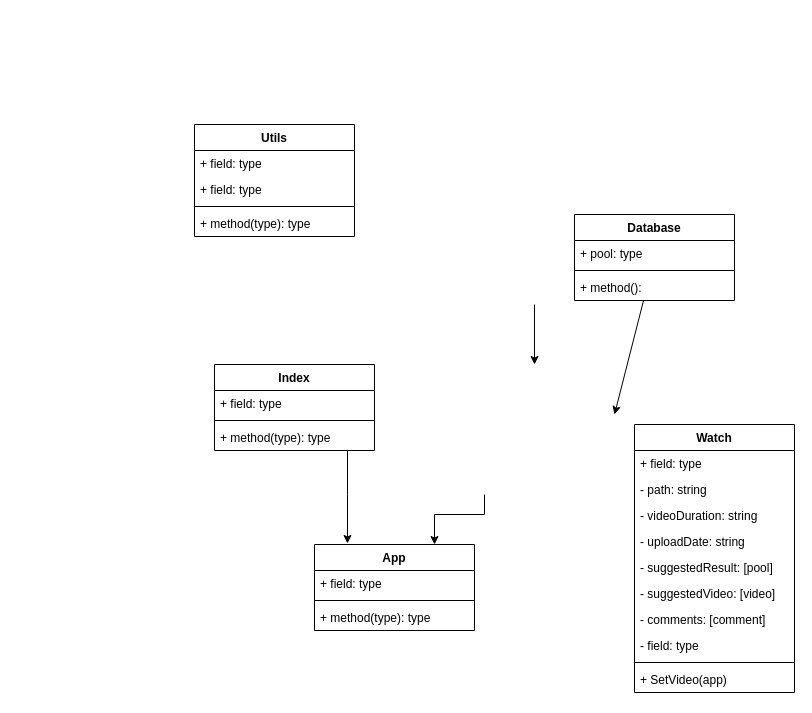
Before: page "диаграмма классов" (8 of 10) of documentation/cursach 2nd diagrams EIMP YT202.drawio in Axemer/VideoHostingDev, a draw.io diagram. Source tidied: cells renumbered, new cells numbered last; positions are measured from the earlier drawing's top-left corner, leaving out a move shared by most shapes. Both pictures are drawn from the tidied source at 100%, with x=0, y=0 at pixel (194, 124).
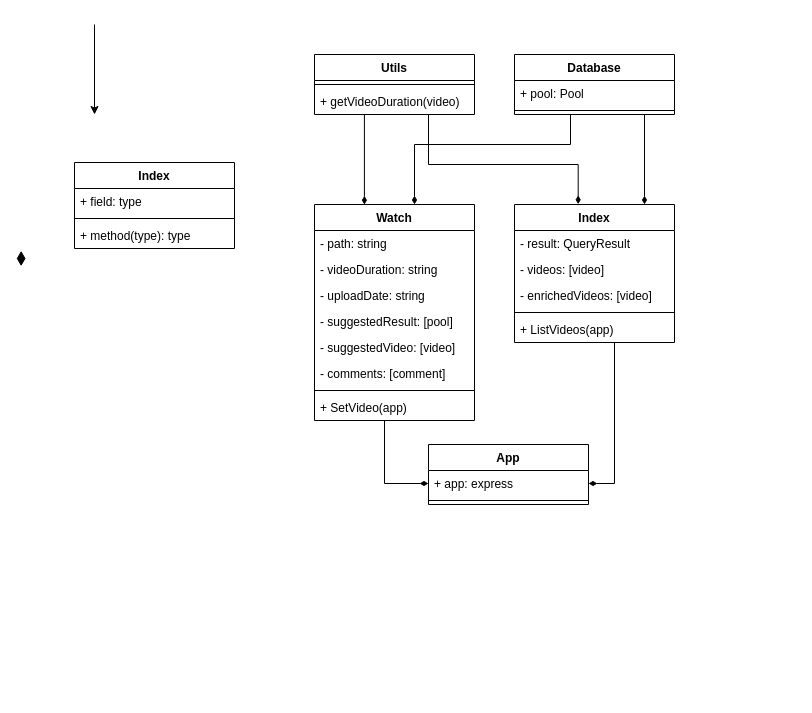
The same page after the edit.

Change to the diagram source:
```diff
@@
     <mxCell id="2" value="App" style="swimlane;fontStyle=1;align=center;verticalAlign=top;horizontal=1;startSize=26;whiteSpace=wrap;html=1;" parent="1" vertex="1">
-      <mxGeometry x="120" y="420" width="160" height="86" as="geometry" />
+      <mxGeometry x="234" y="320" width="160" height="60" as="geometry" />
     </mxCell>
-    <mxCell id="3" value="+ field: type" style="text;strokeColor=none;fillColor=none;align=left;verticalAlign=top;spacingLeft=4;spacingRight=4;overflow=hidden;points=[[0,0.5],[1,0.5]];portConstraint=eastwest;whiteSpace=wrap;html=1;" parent="2" vertex="1">
+    <mxCell id="3" value="+ app: express" style="text;strokeColor=none;fillColor=none;align=left;verticalAlign=top;spacingLeft=4;spacingRight=4;overflow=hidden;points=[[0,0.5],[1,0.5]];portConstraint=eastwest;whiteSpace=wrap;html=1;" parent="2" vertex="1">
       <mxGeometry y="26" width="160" height="26" as="geometry" />
     </mxCell>
@@
-    <mxCell id="5" value="+ method(type): type" style="text;strokeColor=none;fillColor=none;align=left;verticalAlign=top;spacingLeft=4;spacingRight=4;overflow=hidden;whiteSpace=wrap;html=1;" parent="2" vertex="1">
-      <mxGeometry y="60" width="160" height="26" as="geometry" />
-    </mxCell>
-    <mxCell id="6" style="edgeStyle=orthogonalEdgeStyle;rounded=0;jettySize=auto;html=1;entryX=0.206;entryY=-0.012;entryDx=0;entryDy=0;entryPerimeter=0;" parent="1" edge="1" source="7" target="2">
-      <mxGeometry relative="1" as="geometry">
-        <Array as="points">
-          <mxPoint x="153" y="370" />
-          <mxPoint x="153" y="370" />
-        </Array>
-      </mxGeometry>
-    </mxCell>
     <mxCell id="7" value="Index" style="swimlane;fontStyle=1;align=center;verticalAlign=top;horizontal=1;startSize=26;whiteSpace=wrap;html=1;" parent="1" vertex="1">
-      <mxGeometry x="20" y="240" width="160" height="86" as="geometry" />
+      <mxGeometry x="-120" y="38" width="160" height="86" as="geometry" />
     </mxCell>
@@
-    <mxCell id="11" style="edgeStyle=orthogonalEdgeStyle;rounded=0;jettySize=auto;html=1;entryX=0.75;entryY=0;entryDx=0;entryDy=0;" parent="1" edge="1" target="2">
-      <mxGeometry relative="1" as="geometry">
-        <mxPoint x="290" y="370" as="sourcePoint" />
-        <Array as="points">
-          <mxPoint x="290" y="390" />
-          <mxPoint x="240" y="390" />
-        </Array>
-      </mxGeometry>
-    </mxCell>
+    <mxCell id="34" style="edgeStyle=orthogonalEdgeStyle;rounded=0;jettySize=auto;html=1;entryX=0;entryY=0.5;entryDx=0;entryDy=0;endArrow=diamondThin;endFill=1;" parent="1" edge="1" source="12" target="3">
+      <mxGeometry relative="1" as="geometry">
+        <Array as="points">
+          <mxPoint x="190" y="359" />
+        </Array>
+      </mxGeometry>
+    </mxCell>
     <mxCell id="12" value="Watch" style="swimlane;fontStyle=1;align=center;verticalAlign=top;horizontal=1;startSize=26;whiteSpace=wrap;html=1;" parent="1" vertex="1">
-      <mxGeometry x="440" y="300" width="160" height="268" as="geometry" />
+      <mxGeometry x="120" y="80" width="160" height="216" as="geometry" />
     </mxCell>
-    <mxCell id="13" value="+ field: type" style="text;strokeColor=none;fillColor=none;align=left;verticalAlign=top;spacingLeft=4;spacingRight=4;overflow=hidden;whiteSpace=wrap;html=1;" parent="12" vertex="1">
-      <mxGeometry y="26" width="160" height="26" as="geometry" />
-    </mxCell>
     <mxCell id="14" value="- path: string" style="text;strokeColor=none;fillColor=none;align=left;verticalAlign=top;spacingLeft=4;spacingRight=4;overflow=hidden;whiteSpace=wrap;html=1;" parent="12" vertex="1">
-      <mxGeometry y="52" width="160" height="26" as="geometry" />
+      <mxGeometry y="26" width="160" height="26" as="geometry" />
     </mxCell>
     <mxCell id="15" value="- videoDuration: string" style="text;strokeColor=none;fillColor=none;align=left;verticalAlign=top;spacingLeft=4;spacingRight=4;overflow=hidden;whiteSpace=wrap;html=1;" parent="12" vertex="1">
-      <mxGeometry y="78" width="160" height="26" as="geometry" />
+      <mxGeometry y="52" width="160" height="26" as="geometry" />
     </mxCell>
     <mxCell id="16" value="- uploadDate: string" style="text;strokeColor=none;fillColor=none;align=left;verticalAlign=top;spacingLeft=4;spacingRight=4;overflow=hidden;whiteSpace=wrap;html=1;" parent="12" vertex="1">
-      <mxGeometry y="104" width="160" height="26" as="geometry" />
+      <mxGeometry y="78" width="160" height="26" as="geometry" />
     </mxCell>
     <mxCell id="17" value="- suggestedResult: [pool]" style="text;strokeColor=none;fillColor=none;align=left;verticalAlign=top;spacingLeft=4;spacingRight=4;overflow=hidden;whiteSpace=wrap;html=1;" parent="12" vertex="1">
-      <mxGeometry y="130" width="160" height="26" as="geometry" />
+      <mxGeometry y="104" width="160" height="26" as="geometry" />
     </mxCell>
     <mxCell id="18" value="- suggestedVideo: [video]" style="text;strokeColor=none;fillColor=none;align=left;verticalAlign=top;spacingLeft=4;spacingRight=4;overflow=hidden;whiteSpace=wrap;html=1;" parent="12" vertex="1">
-      <mxGeometry y="156" width="160" height="26" as="geometry" />
+      <mxGeometry y="130" width="160" height="26" as="geometry" />
     </mxCell>
     <mxCell id="19" value="- comments: [comment]" style="text;strokeColor=none;fillColor=none;align=left;verticalAlign=top;spacingLeft=4;spacingRight=4;overflow=hidden;whiteSpace=wrap;html=1;" parent="12" vertex="1">
-      <mxGeometry y="182" width="160" height="26" as="geometry" />
+      <mxGeometry y="156" width="160" height="26" as="geometry" />
     </mxCell>
-    <mxCell id="20" value="- field: type" style="text;strokeColor=none;fillColor=none;align=left;verticalAlign=top;spacingLeft=4;spacingRight=4;overflow=hidden;whiteSpace=wrap;html=1;" parent="12" vertex="1">
-      <mxGeometry y="208" width="160" height="26" as="geometry" />
-    </mxCell>
     <mxCell id="21" style="line;strokeWidth=1;fillColor=none;align=left;verticalAlign=middle;spacingTop=-1;spacingLeft=3;spacingRight=3;labelPosition=right;strokeColor=inherit;" parent="12" vertex="1">
-      <mxGeometry y="234" width="160" height="8" as="geometry" />
+      <mxGeometry y="182" width="160" height="8" as="geometry" />
     </mxCell>
     <mxCell id="22" value="+ SetVideo(app)" style="text;strokeColor=none;fillColor=none;align=left;verticalAlign=top;spacingLeft=4;spacingRight=4;overflow=hidden;whiteSpace=wrap;html=1;" parent="12" vertex="1">
-      <mxGeometry y="242" width="160" height="26" as="geometry" />
+      <mxGeometry y="190" width="160" height="26" as="geometry" />
     </mxCell>
+    <mxCell id="35" style="edgeStyle=orthogonalEdgeStyle;rounded=0;jettySize=auto;html=1;exitX=0.25;exitY=1;exitDx=0;exitDy=0;entryX=0.625;entryY=0;entryDx=0;entryDy=0;entryPerimeter=0;endArrow=diamondThin;endFill=1;" parent="1" edge="1" source="23" target="12">
+      <mxGeometry relative="1" as="geometry">
+        <Array as="points">
+          <mxPoint x="376" y="20" />
+          <mxPoint x="220" y="20" />
+        </Array>
+      </mxGeometry>
+    </mxCell>
     <mxCell id="23" value="Database" style="swimlane;fontStyle=1;align=center;verticalAlign=top;horizontal=1;startSize=26;whiteSpace=wrap;html=1;" parent="1" vertex="1">
-      <mxGeometry x="380" y="90" width="160" height="86" as="geometry" />
+      <mxGeometry x="320" y="-70" width="160" height="60" as="geometry" />
     </mxCell>
-    <mxCell id="24" value="+ pool: type" style="text;strokeColor=none;fillColor=none;align=left;verticalAlign=top;spacingLeft=4;spacingRight=4;overflow=hidden;whiteSpace=wrap;html=1;" parent="23" vertex="1">
+    <mxCell id="24" value="+ pool: Pool" style="text;strokeColor=none;fillColor=none;align=left;verticalAlign=top;spacingLeft=4;spacingRight=4;overflow=hidden;whiteSpace=wrap;html=1;" parent="23" vertex="1">
       <mxGeometry y="26" width="160" height="26" as="geometry" />
     </mxCell>
@@
-    <mxCell id="26" value="+ method():" style="text;strokeColor=none;fillColor=none;align=left;verticalAlign=top;spacingLeft=4;spacingRight=4;overflow=hidden;whiteSpace=wrap;html=1;" parent="23" vertex="1">
-      <mxGeometry y="60" width="160" height="26" as="geometry" />
-    </mxCell>
+    <mxCell id="36" style="edgeStyle=orthogonalEdgeStyle;rounded=0;orthogonalLoop=1;jettySize=auto;html=1;entryX=0.25;entryY=0;entryDx=0;entryDy=0;endArrow=diamondThin;endFill=1;exitX=0.752;exitY=1.013;exitDx=0;exitDy=0;exitPerimeter=0;" parent="1" edge="1">
+      <mxGeometry relative="1" as="geometry">
+        <mxPoint x="234" y="-10" as="sourcePoint" />
+        <mxPoint x="383.7" y="79.7" as="targetPoint" />
+        <Array as="points">
+          <mxPoint x="234" y="40" />
+          <mxPoint x="384" y="40" />
+        </Array>
+      </mxGeometry>
+    </mxCell>
     <mxCell id="27" value="Utils" style="swimlane;fontStyle=1;align=center;verticalAlign=top;horizontal=1;startSize=26;whiteSpace=wrap;html=1;" parent="1" vertex="1">
-      <mxGeometry width="160" height="112" as="geometry" />
+      <mxGeometry x="120" y="-70" width="160" height="60" as="geometry" />
     </mxCell>
-    <mxCell id="28" value="+ field: type" style="text;strokeColor=none;fillColor=none;align=left;verticalAlign=top;spacingLeft=4;spacingRight=4;overflow=hidden;whiteSpace=wrap;html=1;" parent="27" vertex="1">
-      <mxGeometry y="26" width="160" height="26" as="geometry" />
-    </mxCell>
-    <mxCell id="29" value="+ field: type" style="text;strokeColor=none;fillColor=none;align=left;verticalAlign=top;spacingLeft=4;spacingRight=4;overflow=hidden;whiteSpace=wrap;html=1;" parent="27" vertex="1">
-      <mxGeometry y="52" width="160" height="26" as="geometry" />
-    </mxCell>
     <mxCell id="30" style="line;strokeWidth=1;fillColor=none;align=left;verticalAlign=middle;spacingTop=-1;spacingLeft=3;spacingRight=3;labelPosition=right;strokeColor=inherit;" parent="27" vertex="1">
-      <mxGeometry y="78" width="160" height="8" as="geometry" />
+      <mxGeometry y="26" width="160" height="8" as="geometry" />
     </mxCell>
-    <mxCell id="31" value="+ method(type): type" style="text;strokeColor=none;fillColor=none;align=left;verticalAlign=top;spacingLeft=4;spacingRight=4;overflow=hidden;points=[[0,0.5],[1,0.5]];portConstraint=eastwest;whiteSpace=wrap;html=1;" parent="27" vertex="1">
-      <mxGeometry y="86" width="160" height="26" as="geometry" />
+    <mxCell id="31" value="+ getVideoDuration(video)" style="text;strokeColor=none;fillColor=none;align=left;verticalAlign=top;spacingLeft=4;spacingRight=4;overflow=hidden;points=[[0,0.5],[1,0.5]];portConstraint=eastwest;whiteSpace=wrap;html=1;" parent="27" vertex="1">
+      <mxGeometry y="34" width="160" height="26" as="geometry" />
     </mxCell>
-    <mxCell id="32" style="endArrow=classic;html=1;rounded=0;" parent="1" edge="1">
+    <mxCell id="32" style="endArrow=diamondThin;html=1;rounded=0;entryX=0.5;entryY=0;entryDx=0;entryDy=0;endFill=1;" parent="1" edge="1">
       <mxGeometry relative="1" as="geometry">
-        <mxPoint x="340" y="180" as="sourcePoint" />
-        <mxPoint x="340" y="240" as="targetPoint" />
+        <mxPoint x="450" y="-10" as="sourcePoint" />
+        <mxPoint x="450" y="80" as="targetPoint" />
       </mxGeometry>
     </mxCell>
-    <mxCell id="33" style="endArrow=classic;html=1;rounded=0;" parent="1" edge="1" source="23">
+    <mxCell id="33" style="endArrow=classic;html=1;rounded=0;" parent="1" edge="1">
       <mxGeometry relative="1" as="geometry">
-        <mxPoint x="420" y="290" as="targetPoint" />
+        <mxPoint x="-100" y="-100" as="sourcePoint" />
+        <mxPoint x="-100" y="-10" as="targetPoint" />
       </mxGeometry>
     </mxCell>
+    <mxCell id="37" value="Index" style="swimlane;fontStyle=1;align=center;verticalAlign=top;horizontal=1;startSize=26;whiteSpace=wrap;html=1;" parent="1" vertex="1">
+      <mxGeometry x="320" y="80" width="160" height="138" as="geometry" />
+    </mxCell>
+    <mxCell id="38" value="- result: QueryResult" style="text;strokeColor=none;fillColor=none;align=left;verticalAlign=top;spacingLeft=4;spacingRight=4;overflow=hidden;whiteSpace=wrap;html=1;" parent="37" vertex="1">
+      <mxGeometry y="26" width="160" height="26" as="geometry" />
+    </mxCell>
+    <mxCell id="39" value="- videos: [video]" style="text;strokeColor=none;fillColor=none;align=left;verticalAlign=top;spacingLeft=4;spacingRight=4;overflow=hidden;whiteSpace=wrap;html=1;" parent="37" vertex="1">
+      <mxGeometry y="52" width="160" height="26" as="geometry" />
+    </mxCell>
+    <mxCell id="40" value="- enrichedVideos: [video]" style="text;strokeColor=none;fillColor=none;align=left;verticalAlign=top;spacingLeft=4;spacingRight=4;overflow=hidden;whiteSpace=wrap;html=1;" parent="37" vertex="1">
+      <mxGeometry y="78" width="160" height="26" as="geometry" />
+    </mxCell>
+    <mxCell id="41" style="line;strokeWidth=1;fillColor=none;align=left;verticalAlign=middle;spacingTop=-1;spacingLeft=3;spacingRight=3;labelPosition=right;strokeColor=inherit;" parent="37" vertex="1">
+      <mxGeometry y="104" width="160" height="8" as="geometry" />
+    </mxCell>
+    <mxCell id="42" value="+ ListVideos(app)" style="text;strokeColor=none;fillColor=none;align=left;verticalAlign=top;spacingLeft=4;spacingRight=4;overflow=hidden;whiteSpace=wrap;html=1;" parent="37" vertex="1">
+      <mxGeometry y="112" width="160" height="26" as="geometry" />
+    </mxCell>
+    <mxCell id="43" style="edgeStyle=orthogonalEdgeStyle;rounded=0;jettySize=auto;html=1;entryX=0.312;entryY=0.001;entryDx=0;entryDy=0;endArrow=diamondThin;endFill=1;entryPerimeter=0;exitX=0.312;exitY=0.982;exitDx=0;exitDy=0;exitPerimeter=0;" parent="1" edge="1" source="31" target="12">
+      <mxGeometry relative="1" as="geometry" />
+    </mxCell>
+    <mxCell id="44" style="html=1;whiteSpace=wrap;shape=isoRectangle;rotation=90;fillColor=#000000;" parent="1" vertex="1">
+      <mxGeometry x="-180" y="130" width="13.3" height="8" as="geometry" />
+    </mxCell>
+    <mxCell id="45" style="edgeStyle=orthogonalEdgeStyle;rounded=0;jettySize=auto;html=1;endArrow=diamondThin;endFill=1;entryX=1;entryY=0.5;entryDx=0;entryDy=0;" parent="1" edge="1" source="37" target="3">
+      <mxGeometry relative="1" as="geometry">
+        <Array as="points">
+          <mxPoint x="420" y="359" />
+        </Array>
+      </mxGeometry>
+    </mxCell>
```
